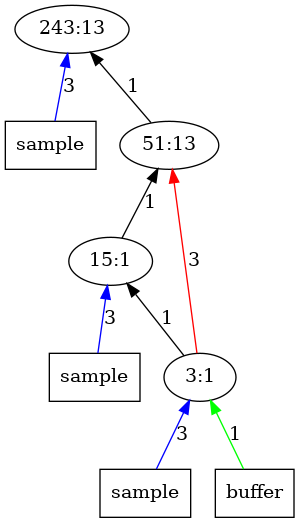
The Graphviz diagram outputImages/op13.png.png in AbhikKhan/MTP_IITG, before a commit. Its source is kept beside it as outputTrees/op13.dot. Source of this version:
```dot
digraph Tree{
	rankdir="BT"
	x11 -> 1 [label = "3", color = "blue"];
	x11 [label = "sample", shape = "box"];
	1 [label = "243:13"];
	2 -> 1 [label = "1", color = "black"];
	2 [label = "51:13"];
	3 -> 2 [label = "1", color = "black"];
	x31 -> 3 [label = "3", color = "blue"];
	x31 [label = "sample", shape = "box"];
	3 [label = "15:1"];
	4 -> 2 [label = "3", color = "red"];
	4 -> 3 [label = "1", color = "black"];
	x41 -> 4 [label = "3", color = "blue"];
	x41 [label = "sample", shape = "box"];
	x42 -> 4 [label = "1", color = "green"];
	x42 [label = "buffer", shape = "box"];
	4 [label = "3:1"];
}
```
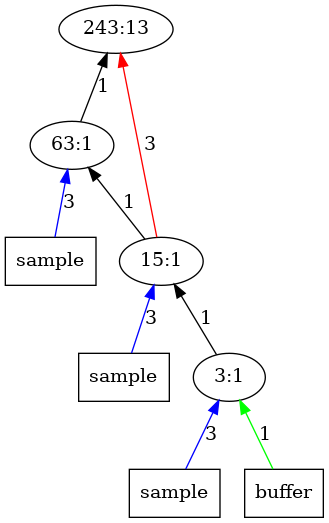
The same diagram one commit later.

Diff of the diagram source:
```diff
@@ -1,15 +1,15 @@
 digraph Tree{
 	rankdir="BT"
-	x11 -> 1 [label = "3", color = "blue"];
-	x11 [label = "sample", shape = "box"];
 	1 [label = "243:13"];
 	2 -> 1 [label = "1", color = "black"];
-	2 [label = "51:13"];
+	x21 -> 2 [label = "3", color = "blue"];
+	x21 [label = "sample", shape = "box"];
+	2 [label = "63:1"];
+	3 -> 1 [label = "3", color = "red"];
 	3 -> 2 [label = "1", color = "black"];
 	x31 -> 3 [label = "3", color = "blue"];
 	x31 [label = "sample", shape = "box"];
 	3 [label = "15:1"];
-	4 -> 2 [label = "3", color = "red"];
 	4 -> 3 [label = "1", color = "black"];
 	x41 -> 4 [label = "3", color = "blue"];
 	x41 [label = "sample", shape = "box"];
```
